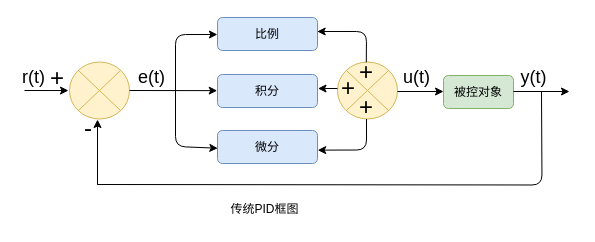
Earlier version of the draw.io diagram 第二章绘图.drawio (madao101/draw). Source tidied: cells renumbered, new cells numbered last; positions are measured from the earlier drawing's top-left corner, leaving out a move shared by most shapes. Both pictures are drawn from the tidied source at 100%, with x=0, y=0 at pixel (24, 17).
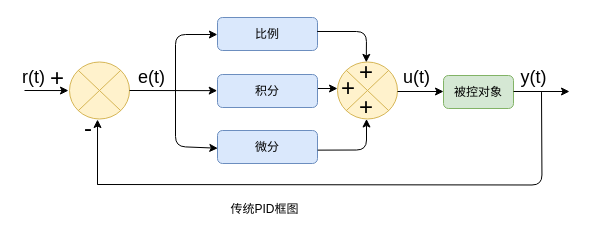
After the change.

Commit message:
更新第二章绘图.drawio

The change refers to these unchanged cells:
```xml
<mxCell id="3" value="比例" style="rounded=1;whiteSpace=wrap;html=1;shadow=0;glass=0;fillColor=#dae8fc;strokeColor=#6c8ebf;" parent="1" vertex="1">
  <mxGeometry x="193" width="100" height="33" as="geometry" />
</mxCell>
<mxCell id="5" value="积分" style="rounded=1;whiteSpace=wrap;html=1;fillColor=#dae8fc;strokeColor=#6c8ebf;" parent="1" vertex="1">
  <mxGeometry x="193" y="57" width="100" height="33" as="geometry" />
</mxCell>
<mxCell id="6" value="微分" style="rounded=1;whiteSpace=wrap;html=1;fillColor=#dae8fc;strokeColor=#6c8ebf;" parent="1" vertex="1">
  <mxGeometry x="193" y="113" width="100" height="33" as="geometry" />
</mxCell>
<mxCell id="7" style="verticalLabelPosition=bottom;verticalAlign=top;html=1;shape=mxgraph.flowchart.or;rounded=1;fillColor=#fff2cc;strokeColor=#d6b656;" parent="1" vertex="1">
  <mxGeometry x="313" y="44.5" width="60" height="57" as="geometry" />
</mxCell>
```

What changed in the source:
```diff
@@
-    <mxCell id="22" style="endArrow=classic;html=1;rounded=1;strokeColor=default;align=center;verticalAlign=middle;fontFamily=Helvetica;fontSize=11;fontColor=default;labelBackgroundColor=default;targetPerimeterSpacing=0;entryX=1.005;entryY=0.424;entryDx=0;entryDy=0;entryPerimeter=0;" parent="1" edge="1" target="5">
+    <mxCell id="22" style="endArrow=none;html=1;rounded=1;strokeColor=default;align=center;verticalAlign=middle;fontFamily=Helvetica;fontSize=11;fontColor=default;labelBackgroundColor=default;targetPerimeterSpacing=0;entryX=1.005;entryY=0.424;entryDx=0;entryDy=0;entryPerimeter=0;startArrow=classic;startFill=1;endFill=0;" parent="1" edge="1" target="5">
       <mxGeometry relative="1" as="geometry">
         <mxPoint x="313" y="71" as="sourcePoint" />
       </mxGeometry>
     </mxCell>
-    <mxCell id="23" style="endArrow=classic;html=1;rounded=1;strokeColor=default;align=center;verticalAlign=middle;fontFamily=Helvetica;fontSize=11;fontColor=default;labelBackgroundColor=default;exitX=0.48;exitY=0.006;exitDx=0;exitDy=0;exitPerimeter=0;entryX=0.997;entryY=0.424;entryDx=0;entryDy=0;entryPerimeter=0;" parent="1" edge="1" source="7" target="3">
+    <mxCell id="23" style="endArrow=none;html=1;rounded=1;strokeColor=default;align=center;verticalAlign=middle;fontFamily=Helvetica;fontSize=11;fontColor=default;labelBackgroundColor=default;exitX=0.48;exitY=0.006;exitDx=0;exitDy=0;exitPerimeter=0;entryX=0.997;entryY=0.424;entryDx=0;entryDy=0;entryPerimeter=0;endFill=0;startArrow=classic;startFill=1;" parent="1" edge="1" source="7" target="3">
       <mxGeometry relative="1" as="geometry">
         <Array as="points">
           <mxPoint x="342" y="14" />
         </Array>
       </mxGeometry>
     </mxCell>
-    <mxCell id="24" style="endArrow=classic;html=1;rounded=1;strokeColor=default;align=center;verticalAlign=middle;fontFamily=Helvetica;fontSize=11;fontColor=default;labelBackgroundColor=default;exitX=0.48;exitY=0.006;exitDx=0;exitDy=0;exitPerimeter=0;entryX=1.002;entryY=0.595;entryDx=0;entryDy=0;entryPerimeter=0;" parent="1" edge="1" target="6">
+    <mxCell id="24" style="endArrow=none;html=1;rounded=1;strokeColor=default;align=center;verticalAlign=middle;fontFamily=Helvetica;fontSize=11;fontColor=default;labelBackgroundColor=default;exitX=0.48;exitY=0.006;exitDx=0;exitDy=0;exitPerimeter=0;entryX=1.002;entryY=0.595;entryDx=0;entryDy=0;entryPerimeter=0;startArrow=classic;startFill=1;endFill=0;" parent="1" edge="1" target="6">
       <mxGeometry relative="1" as="geometry">
         <mxPoint x="342" y="101.5" as="sourcePoint" />
         <Array as="points">
           <mxPoint x="342" y="132.5" />
         </Array>
       </mxGeometry>
     </mxCell>
```
